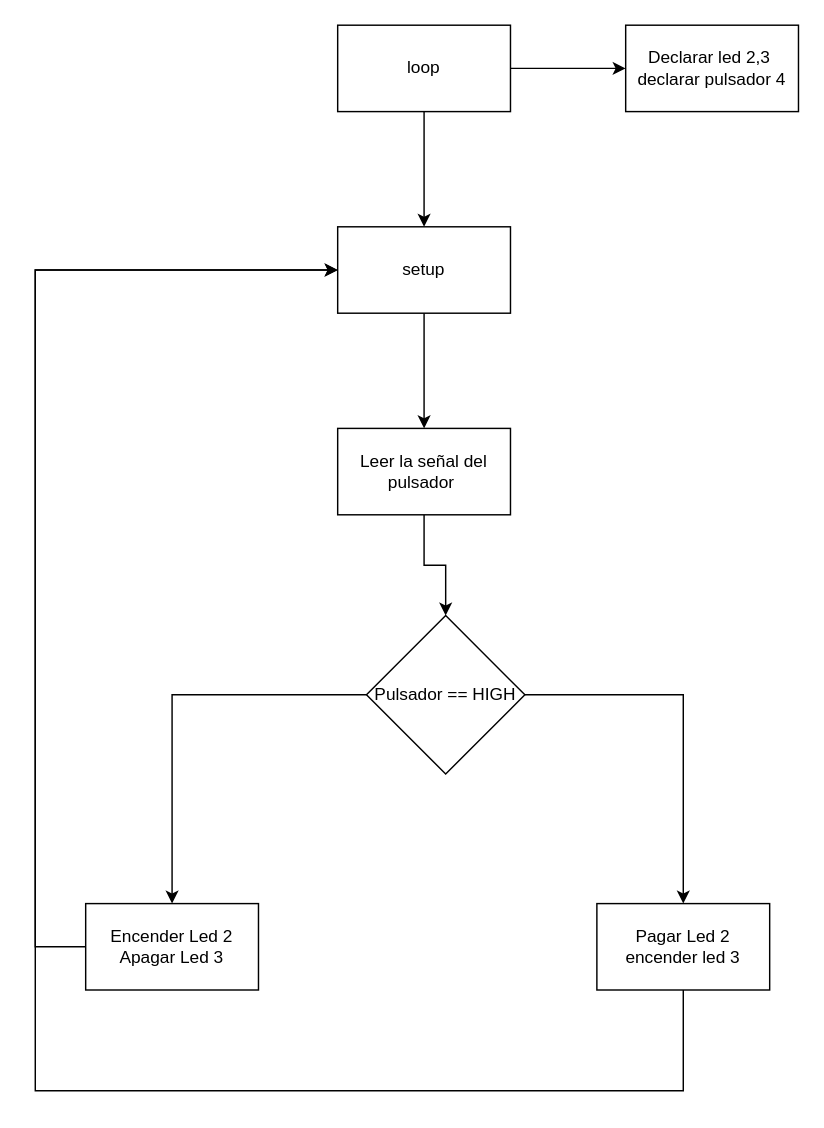
Earlier version of the draw.io diagram pulsador 2.drawio (AndresCanizales2/Electiva). Source tidied: cells renumbered, new cells numbered last; positions are measured from the earlier drawing's top-left corner, leaving out a move shared by most shapes. Both pictures are drawn from the tidied source at 144%, with x=0, y=0 at pixel (35, 24).
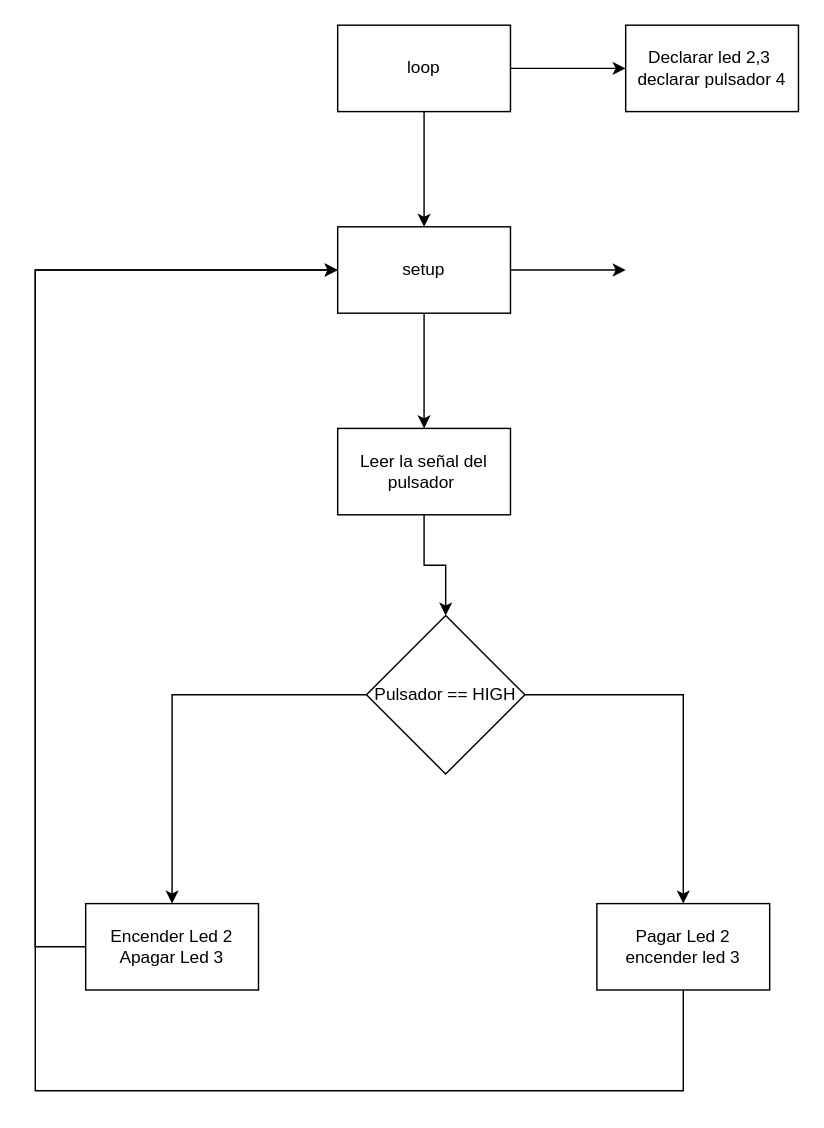
The same page after the edit.

Unchanged cells that the change refers to:
```xml
<mxCell id="7" value="setup" style="rounded=0;whiteSpace=wrap;html=1;" parent="1" vertex="1">
  <mxGeometry x="210" y="140" width="120" height="60" as="geometry" />
</mxCell>
```

The edit, as a diff of the source:
```diff
@@
+    <mxCell id="17" style="edgeStyle=orthogonalEdgeStyle;rounded=0;jettySize=auto;html=1;" parent="1" edge="1" source="7">
+      <mxGeometry relative="1" as="geometry">
+        <mxPoint x="410" y="170" as="targetPoint" />
+      </mxGeometry>
+    </mxCell>
```
